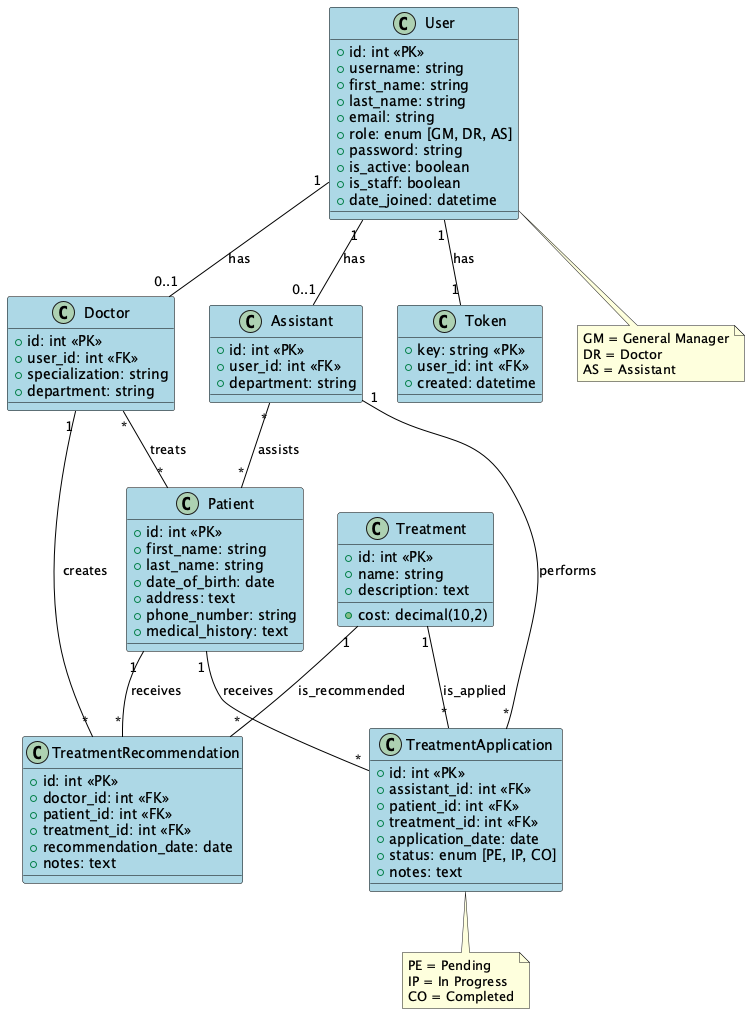
Before: Hospital Management System ERD.png, a diagram exported from PlantUML (Apostu0Alexandru/MedAPI-Hospital-Management-System-REST-API). Source of this version:
```plantuml
@startuml Hospital Management System ERD

skinparam class {
    BackgroundColor LightBlue
    ArrowColor Black
    BorderColor Black
}

class User {
    + id: int <<PK>>
    + username: string
    + first_name: string
    + last_name: string
    + email: string
    + role: enum [GM, DR, AS]
    + password: string
    + is_active: boolean
    + is_staff: boolean
    + date_joined: datetime
}

class Doctor {
    + id: int <<PK>>
    + user_id: int <<FK>>
    + specialization: string
    + department: string
}

class Assistant {
    + id: int <<PK>>
    + user_id: int <<FK>>
    + department: string
}

class Patient {
    + id: int <<PK>>
    + first_name: string
    + last_name: string
    + date_of_birth: date
    + address: text
    + phone_number: string
    + medical_history: text
}

class Treatment {
    + id: int <<PK>>
    + name: string
    + description: text
    + cost: decimal(10,2)
}

class TreatmentRecommendation {
    + id: int <<PK>>
    + doctor_id: int <<FK>>
    + patient_id: int <<FK>>
    + treatment_id: int <<FK>>
    + recommendation_date: date
    + notes: text
}

class TreatmentApplication {
    + id: int <<PK>>
    + assistant_id: int <<FK>>
    + patient_id: int <<FK>>
    + treatment_id: int <<FK>>
    + application_date: date
    + status: enum [PE, IP, CO]
    + notes: text
}

class Token {
    + key: string <<PK>>
    + user_id: int <<FK>>
    + created: datetime
}

User "1" -- "0..1" Doctor : has
User "1" -- "0..1" Assistant : has
User "1" -- "1" Token : has

Doctor "*" -- "*" Patient : treats
Assistant "*" -- "*" Patient : assists

Doctor "1" -- "*" TreatmentRecommendation : creates
Patient "1" -- "*" TreatmentRecommendation : receives
Treatment "1" -- "*" TreatmentRecommendation : is_recommended

Assistant "1" -- "*" TreatmentApplication : performs
Patient "1" -- "*" TreatmentApplication : receives
Treatment "1" -- "*" TreatmentApplication : is_applied

note "PE = Pending\nIP = In Progress\nCO = Completed" as N1
TreatmentApplication .. N1

note "GM = General Manager\nDR = Doctor\nAS = Assistant" as N2
User .. N2

@enduml
```
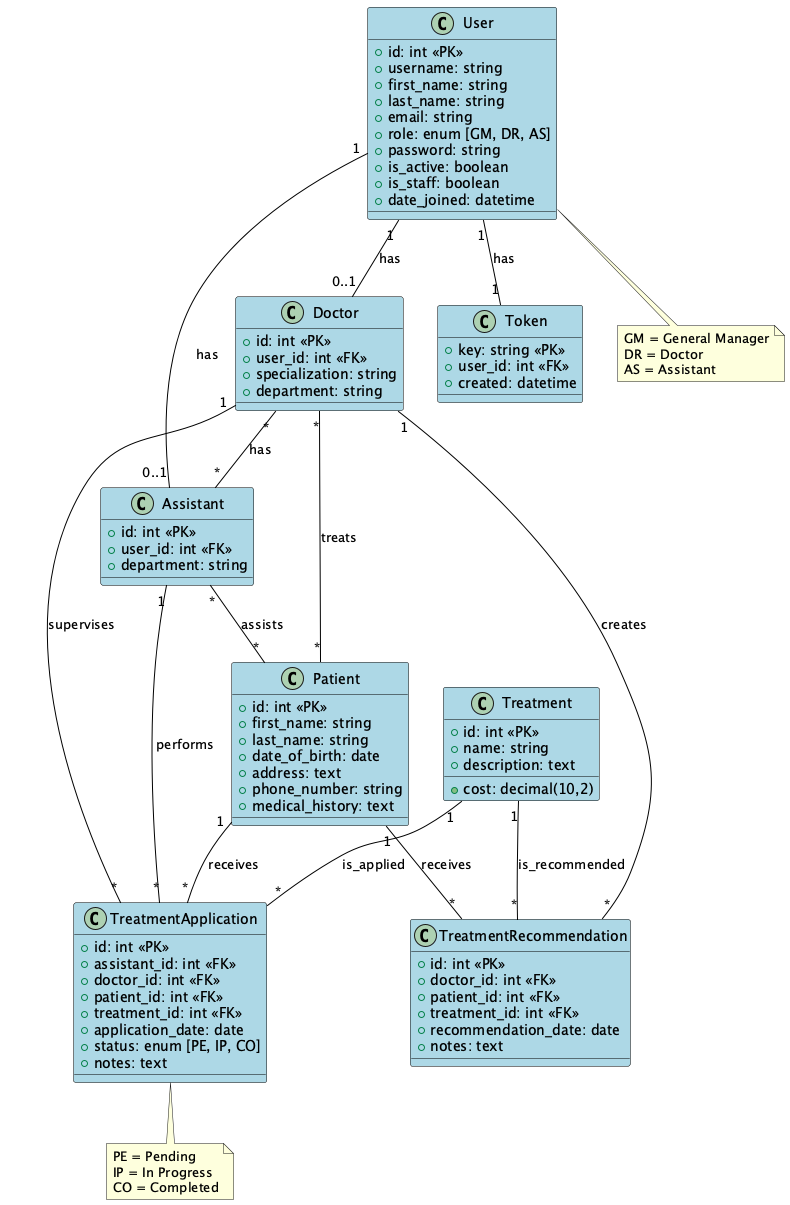
The same diagram one commit later.

Commit message:
add relationship between doctor and assitant as well as a diagram

Change to the diagram source:
```diff
@@ -61,6 +61,7 @@
 class TreatmentApplication {
     + id: int <<PK>>
     + assistant_id: int <<FK>>
+    + doctor_id: int <<FK>>
     + patient_id: int <<FK>>
     + treatment_id: int <<FK>>
     + application_date: date
@@ -80,12 +81,14 @@
 
 Doctor "*" -- "*" Patient : treats
 Assistant "*" -- "*" Patient : assists
+Doctor "*" -- "*" Assistant : has
 
 Doctor "1" -- "*" TreatmentRecommendation : creates
 Patient "1" -- "*" TreatmentRecommendation : receives
 Treatment "1" -- "*" TreatmentRecommendation : is_recommended
 
 Assistant "1" -- "*" TreatmentApplication : performs
+Doctor "1" -- "*" TreatmentApplication : supervises
 Patient "1" -- "*" TreatmentApplication : receives
 Treatment "1" -- "*" TreatmentApplication : is_applied
 
```
